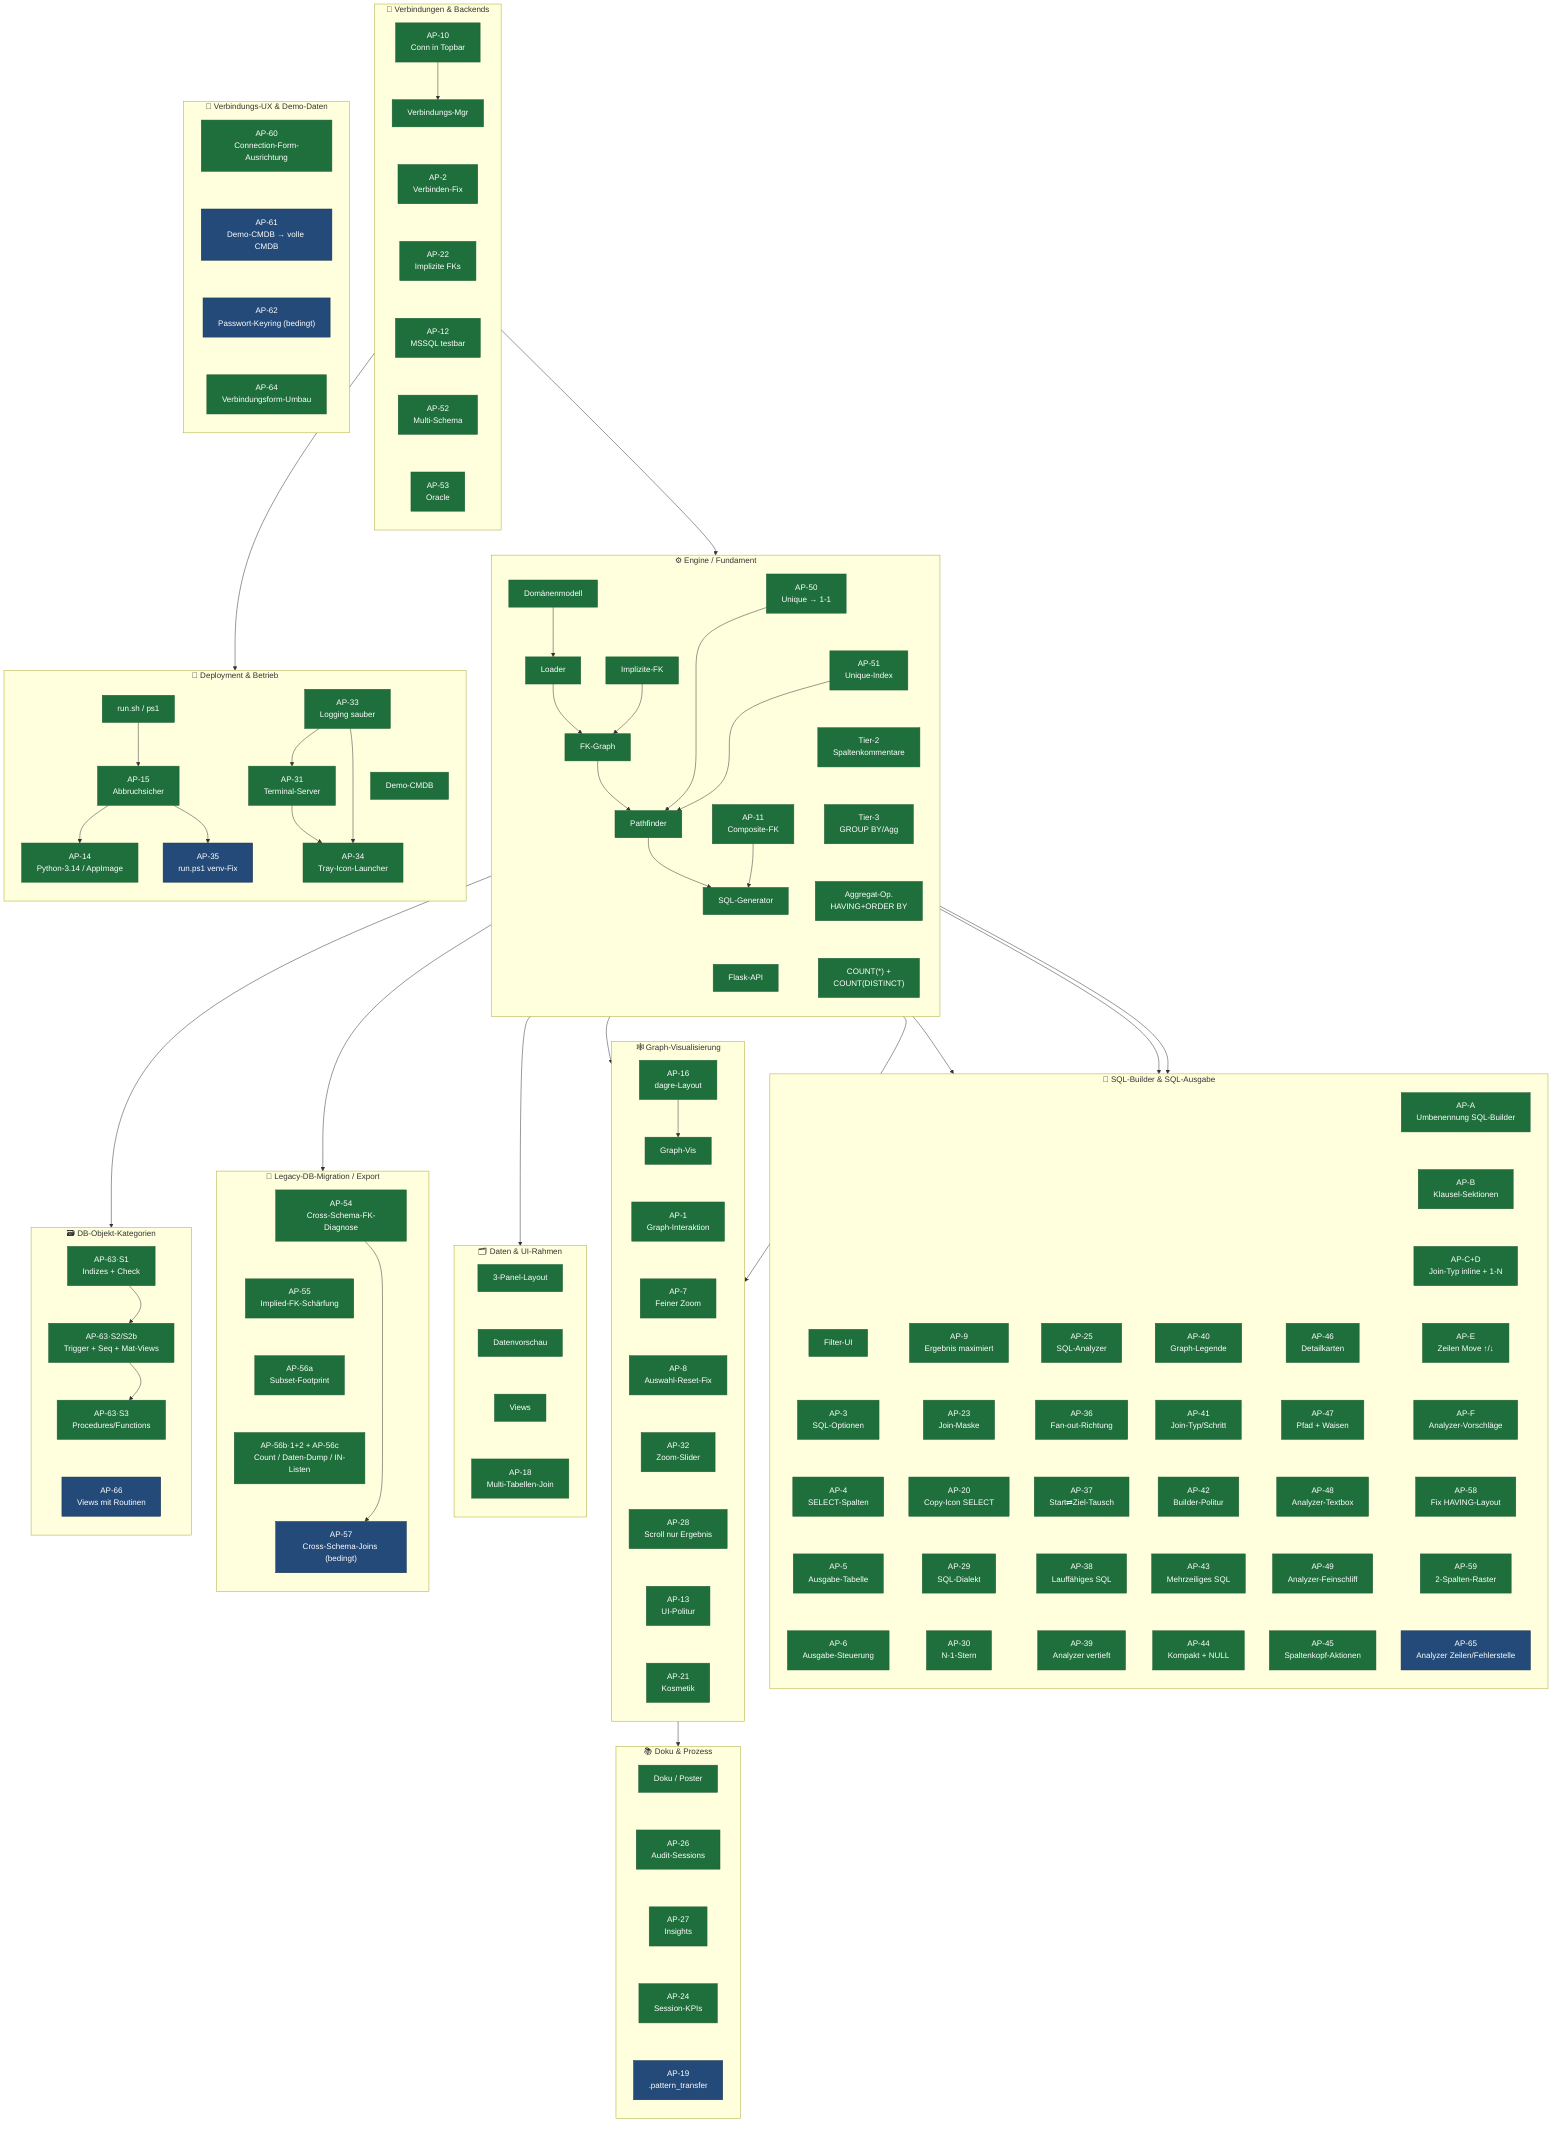
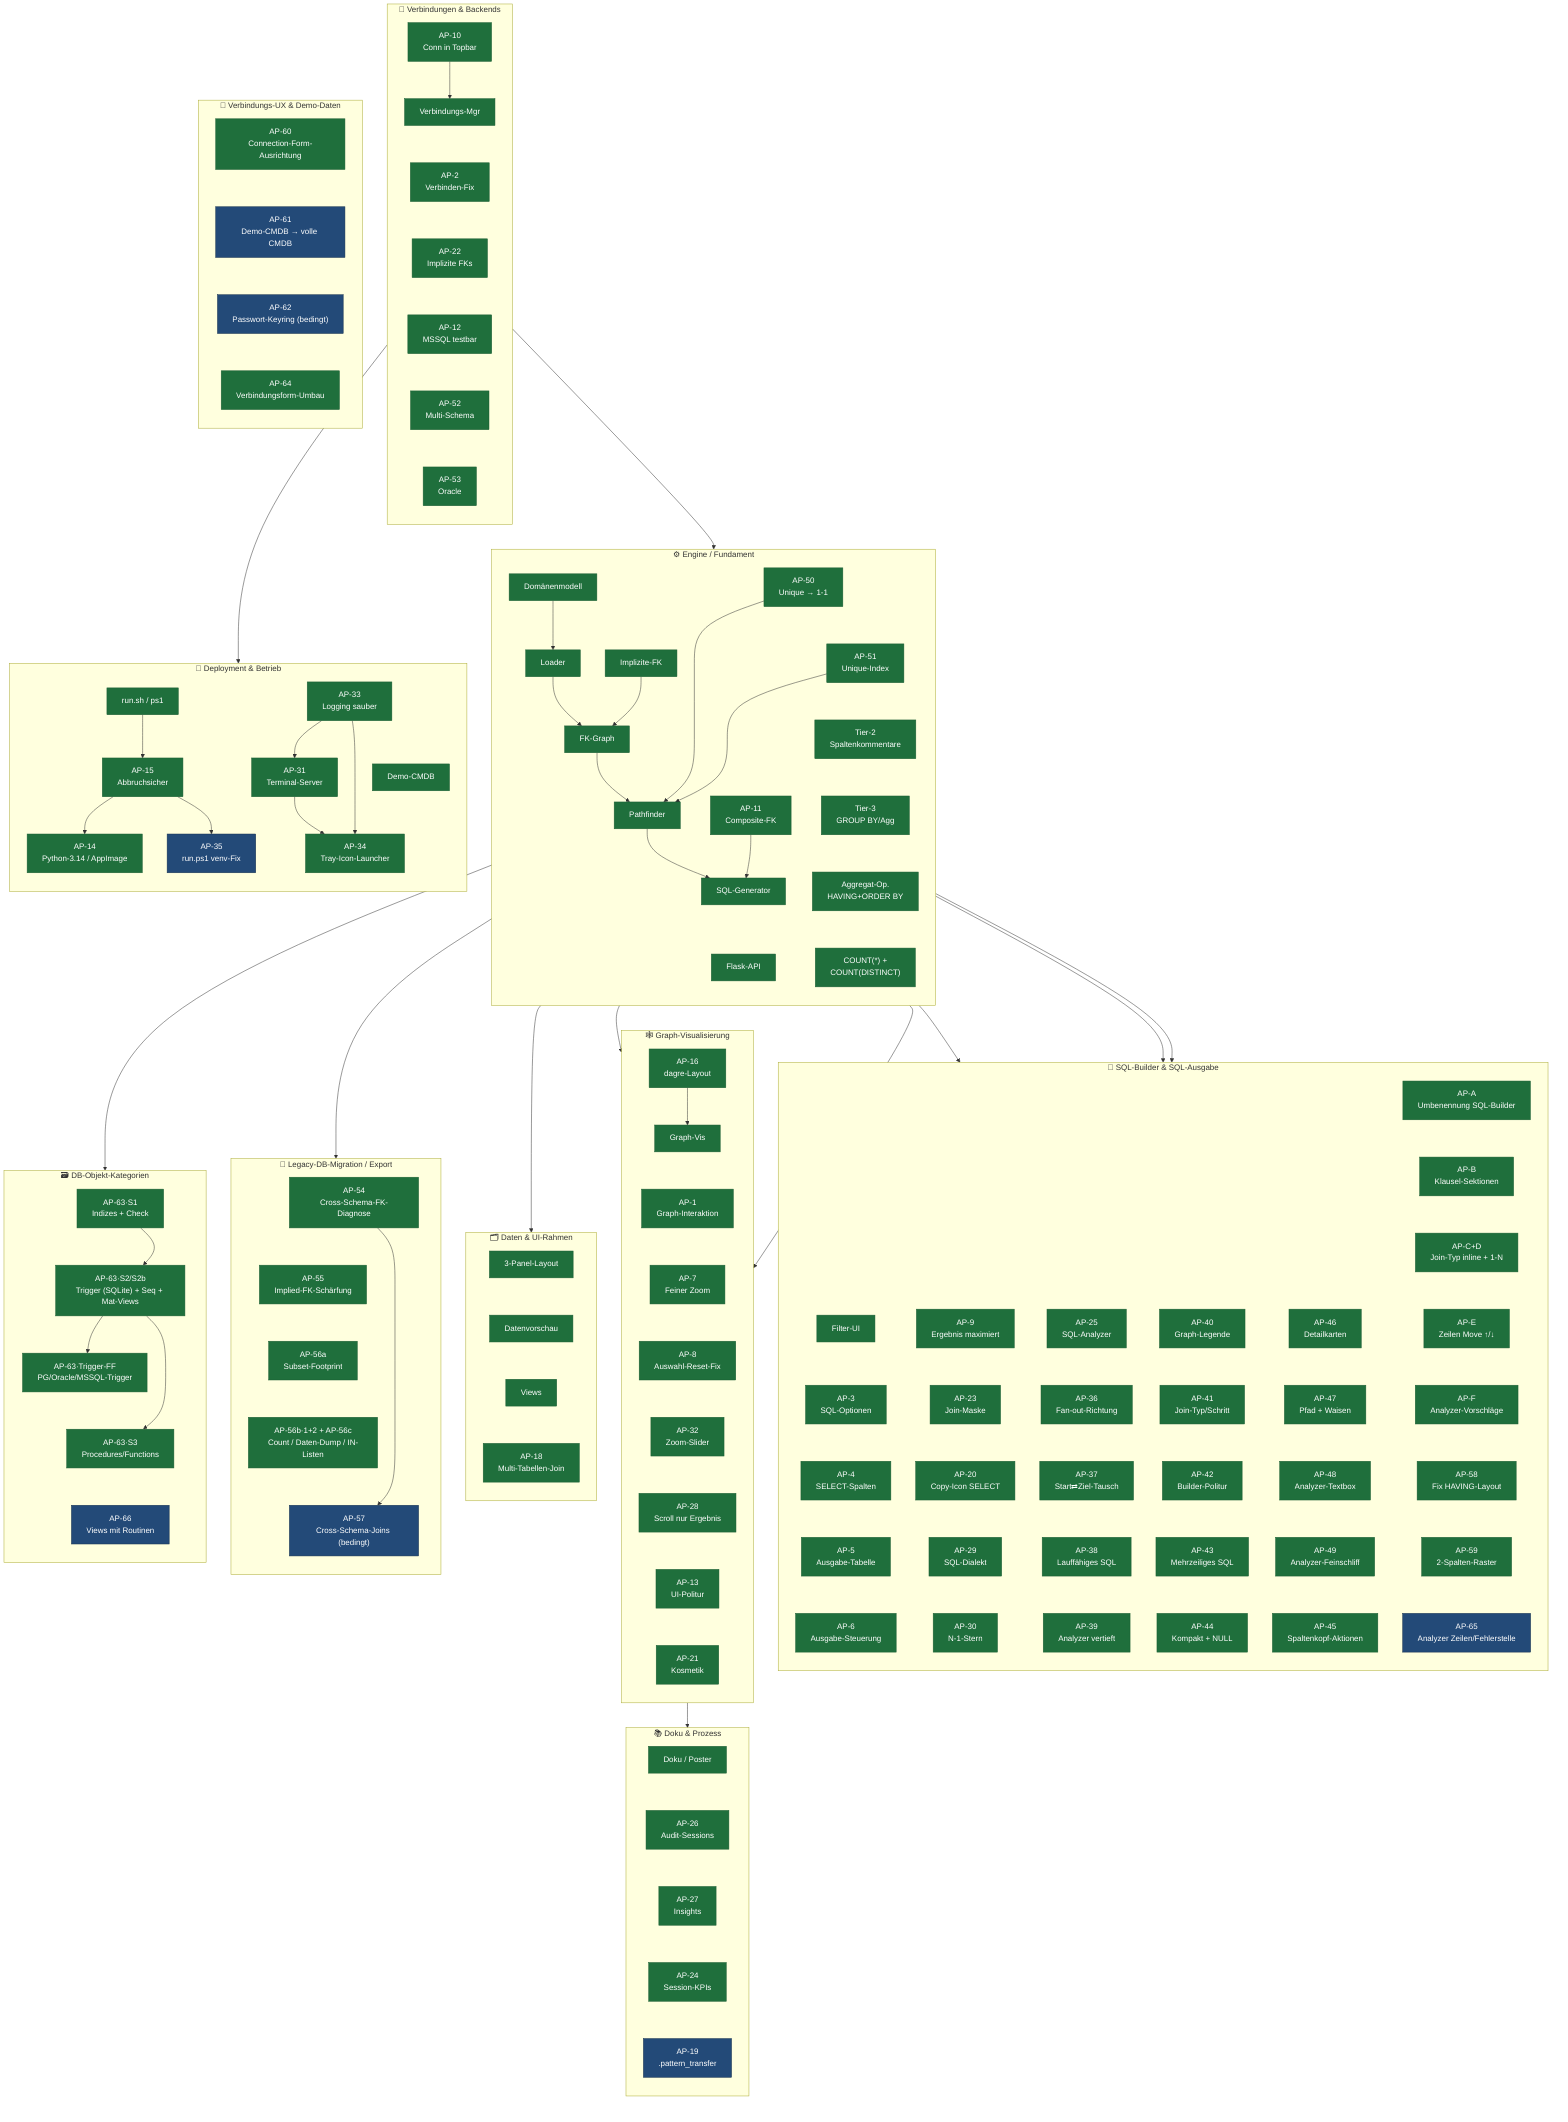
flowchart TB
    classDef done fill:#1f6f3c,color:#fff,stroke:#1a5c32,stroke-width:1px
    classDef plan fill:#234a78,color:#fff,stroke:#16314f,stroke-width:1px

    %% ── C1 · Engine / Fundament ──────────────────────────────────────────
    subgraph C1["⚙️  Engine / Fundament"]
        direction TB
        E1["Domänenmodell"]
        E2["Loader"]
        E3["FK-Graph"]
        E4["Pathfinder"]
        E5["SQL-Generator"]
        E6["Flask-API"]
        E7["AP-11\nComposite-FK"]
        E8["Implizite-FK"]
        E9["AP-50\nUnique → 1-1"]
        E10["AP-51\nUnique-Index"]
        E11["Tier-2\nSpaltenkommentare"]
        E12["Tier-3\nGROUP BY/Agg"]
        E13["Aggregat-Op.\nHAVING+ORDER BY"]
        E14["COUNT(*) +\nCOUNT(DISTINCT)"]
        E1 --> E2 --> E3 --> E4 --> E5
        E7 --> E5
        E8 --> E3
        E9 --> E4
        E10 --> E4
        E5 ~~~ E6
        E9 ~~~ E10
        E10 ~~~ E11
        E11 ~~~ E12
        E12 ~~~ E13
        E13 ~~~ E14
    end

    %% ── C2 · Verbindungen & Backends ─────────────────────────────────────
    subgraph C2["🔌  Verbindungen & Backends"]
        direction TB
        V1["Verbindungs-Mgr"]
        V2["AP-2\nVerbinden-Fix"]
        V3["AP-10\nConn in Topbar"]
        V4["AP-12\nMSSQL testbar"]
        V5["AP-22\nImplizite FKs"]
        V6["AP-52\nMulti-Schema"]
        V7["AP-53\nOracle"]
        V3 --> V1
        V1 ~~~ V2 ~~~ V5 ~~~ V4 ~~~ V6 ~~~ V7
    end

    %% ── C3 · SQL-Builder & SQL-Ausgabe ──────────────────────────────────
    subgraph C3["🧩  SQL-Builder & SQL-Ausgabe"]
        direction TB
        J1["Filter-UI"]
        J2["AP-3\nSQL-Optionen"]
        J3["AP-4\nSELECT-Spalten"]
        J4["AP-5\nAusgabe-Tabelle"]
        J5["AP-6\nAusgabe-Steuerung"]
        J6["AP-9\nErgebnis maximiert"]
        J7["AP-23\nJoin-Maske"]
        J8["AP-20\nCopy-Icon SELECT"]
        J9["AP-29\nSQL-Dialekt"]
        J10["AP-30\nN-1-Stern"]
        J11["AP-25\nSQL-Analyzer"]
        J12["AP-36\nFan-out-Richtung"]
        J13["AP-37\nStart⇄Ziel-Tausch"]
        J14["AP-38\nLauffähiges SQL"]
        J15["AP-39\nAnalyzer vertieft"]
        J16["AP-40\nGraph-Legende"]
        J17["AP-41\nJoin-Typ/Schritt"]
        J18["AP-42\nBuilder-Politur"]
        J19["AP-43\nMehrzeiliges SQL"]
        J20["AP-44\nKompakt + NULL"]
        J21["AP-46\nDetailkarten"]
        J22["AP-47\nPfad + Waisen"]
        J23["AP-48\nAnalyzer-Textbox"]
        J24["AP-49\nAnalyzer-Feinschliff"]
        J25["AP-45\nSpaltenkopf-Aktionen"]
        J26["AP-A\nUmbenennung SQL-Builder"]
        J27["AP-B\nKlausel-Sektionen"]
        J28["AP-C+D\nJoin-Typ inline + 1-N"]
        J29["AP-E\nZeilen Move ↑/↓"]
        J30["AP-F\nAnalyzer-Vorschläge"]
        J31["AP-58\nFix HAVING-Layout"]
        J32["AP-59\n2-Spalten-Raster"]
        J33["AP-65\nAnalyzer Zeilen/Fehlerstelle"]
        %% In 5 parallele Spalten gepackt (statt einer 25-Boxen-Säule) → kompaktes Gitter
        J1 ~~~ J2 ~~~ J3 ~~~ J4 ~~~ J5
        J6 ~~~ J7 ~~~ J8 ~~~ J9 ~~~ J10
        J11 ~~~ J12 ~~~ J13 ~~~ J14 ~~~ J15
        J16 ~~~ J17 ~~~ J18 ~~~ J19 ~~~ J20
        J21 ~~~ J22 ~~~ J23 ~~~ J24 ~~~ J25
        J26 ~~~ J27 ~~~ J28 ~~~ J29 ~~~ J30 ~~~ J31 ~~~ J32 ~~~ J33
    end

    %% ── C4 · Graph-Visualisierung ────────────────────────────────────────
    subgraph C4["🕸️  Graph-Visualisierung"]
        direction TB
        G1["Graph-Vis"]
        G2["AP-1\nGraph-Interaktion"]
        G3["AP-7\nFeiner Zoom"]
        G4["AP-8\nAuswahl-Reset-Fix"]
        G5["AP-16\ndagre-Layout"]
        G6["AP-32\nZoom-Slider"]
        G7["AP-28\nScroll nur Ergebnis"]
        G8["AP-13\nUI-Politur"]
        G9["AP-21\nKosmetik"]
        G5 --> G1
        G1 ~~~ G2 ~~~ G3 ~~~ G4 ~~~ G6 ~~~ G7 ~~~ G8 ~~~ G9
    end

    %% ── C5 · Daten & UI-Rahmen ───────────────────────────────────────────
    subgraph C5["🗂️  Daten & UI-Rahmen"]
        direction TB
        D1["3-Panel-Layout"]
        D2["Datenvorschau"]
        D3["Views"]
        D4["AP-18\nMulti-Tabellen-Join"]
        D1 ~~~ D2 ~~~ D3 ~~~ D4
    end

    %% ── C6 · Deployment & Betrieb ────────────────────────────────────────
    subgraph C6["🚀  Deployment & Betrieb"]
        direction TB
        B1["Demo-CMDB"]
        B2["run.sh / ps1"]
        B3["AP-15\nAbbruchsicher"]
        B4["AP-14\nPython-3.14 / AppImage"]
        B5["AP-35\nrun.ps1 venv-Fix"]
        B7["AP-31\nTerminal-Server"]
        B8["AP-33\nLogging sauber"]
        B9["AP-34\nTray-Icon-Launcher"]
        B2 --> B3
        B3 --> B4
        B3 --> B5
        B8 --> B7
        B7 --> B9
        B8 --> B9
        B1 ~~~ B9
    end

    %% ── C7 · Doku & Prozess ──────────────────────────────────────────────
    subgraph C7["📚  Doku & Prozess"]
        direction TB
        K1["Doku / Poster"]
        K2["AP-26\nAudit-Sessions"]
        K3["AP-27\nInsights"]
        K5["AP-24\nSession-KPIs"]
        K4["AP-19\n.pattern_transfer"]
        K1 ~~~ K2 ~~~ K3 ~~~ K5 ~~~ K4
    end

    %% ── C8 · Legacy-DB-Migration / Export (geplant) ──────────────────────
    subgraph C8["🧬  Legacy-DB-Migration / Export"]
        direction TB
        M1["AP-54\nCross-Schema-FK-Diagnose"]
        M2["AP-55\nImplied-FK-Schärfung"]
        M3["AP-56a\nSubset-Footprint"]
        M3b["AP-56b·1+2 + AP-56c\nCount / Daten-Dump / IN-Listen"]
        M4["AP-57\nCross-Schema-Joins (bedingt)"]
        M1 ~~~ M2 ~~~ M3 ~~~ M3b ~~~ M4
    end

    %% ── C9 · DB-Objekt-Kategorien (geplant) ──────────────────────────────
    subgraph C9["🗃️  DB-Objekt-Kategorien"]
        direction TB
        O1["AP-63·S1\nIndizes + Check"]
-         O2["AP-63·S2/S2b\nTrigger + Seq + Mat-Views"]
+         O2["AP-63·S2/S2b\nTrigger (SQLite) + Seq + Mat-Views"]
+         O2b["AP-63·Trigger-FF\nPG/Oracle/MSSQL-Trigger"]
        O3["AP-63·S3\nProcedures/Functions"]
        O4["AP-66\nViews mit Routinen"]
-         O1 ~~~ O2 ~~~ O3 ~~~ O4
+         O1 ~~~ O2 ~~~ O2b ~~~ O3 ~~~ O4
    end

    %% ── C10 · Verbindungs-UX & Demo-Daten (geplant) ──────────────────────
    subgraph C10["🔧  Verbindungs-UX & Demo-Daten"]
        direction TB
        P1["AP-60\nConnection-Form-Ausrichtung"]
        P2["AP-61\nDemo-CMDB → volle CMDB"]
        P3["AP-62\nPasswort-Keyring (bedingt)"]
        P4["AP-64\nVerbindungsform-Umbau"]
        P1 ~~~ P2 ~~~ P3 ~~~ P4
    end

    %% ── Cluster-übergreifende Abhängigkeiten ─────────────────────────────
    V1 --> E2
    M1 --> M4
    E2 --> M1
    E2 --> O1
-     O1 --> O2 --> O3
+     O1 --> O2 --> O2b
+     O2 --> O3
    E5 --> J1
    E5 --> J9
    E5 --> J11
    E4 --> G2
    E3 --> G1
    E6 --> D1
    V4 --> B7
    G5 --> K2

    class E1,E2,E3,E4,E5,E6,E7,E8,E9,E10,E11,E12,E13,E14 done
    class V1,V2,V3,V4,V5,V6,V7 done
    class J1,J2,J3,J4,J5,J6,J7,J8,J9,J10,J11,J12,J13,J14,J15,J16,J17,J18,J19,J20,J21,J22,J23,J24,J25,J26,J27,J28,J29,J30,J31,J32 done
    class G1,G2,G3,G4,G5,G6,G7,G8,G9 done
    class D1,D2,D3,D4 done
    class B1,B2,B3,B4,B7,B8,B9 done
    class B5 plan
    class K1,K2,K3,K5 done
    class K4 plan
    class M3,M3b done
    class M4 plan
    class M2 done
    class M1 done
-     class O1,O2,O3 done
+     class O1,O2,O2b,O3 done
    class O4 plan
    class P2,P3 plan
    class P1,P4 done
    class J33 plan
